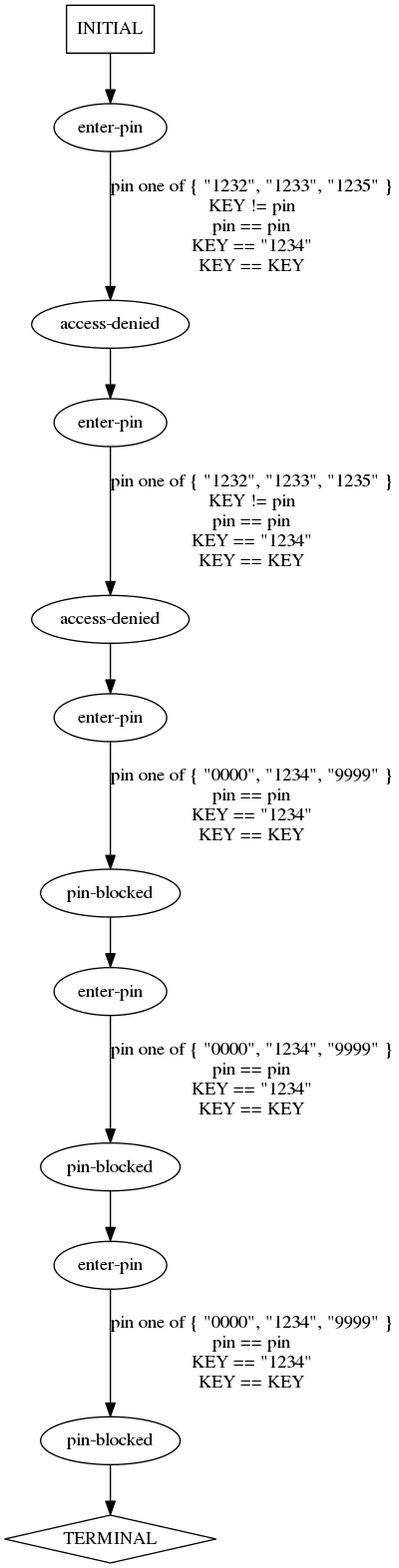
Earlier version of the Graphviz export traces/abstract/verify-pin/predicted-paths/verify-pin-test12.dot.png (ModelInference/synoptic). Its source is kept beside it as traces/abstract/verify-pin/predicted-paths/verify-pin-test12.dot. The source it was exported from:
```dot
digraph {
  0 [label="access-denied"];
  1 [label="access-denied"];
  2 [label="enter-pin"];
  3 [label="enter-pin"];
  4 [label="enter-pin"];
  5 [label="enter-pin"];
  6 [label="enter-pin"];
  7 [label="pin-blocked"];
  8 [label="pin-blocked"];
  9 [label="pin-blocked"];
  10 [label="TERMINAL",shape=diamond];
  11 [label="INITIAL",shape=box];
0->3 [label="",];
1->4 [label="",];
2->0 [label="pin one of { \"1232\", \"1233\", \"1235\" }\nKEY != pin\npin == pin\nKEY == \"1234\"\nKEY == KEY",];
3->1 [label="pin one of { \"1232\", \"1233\", \"1235\" }\nKEY != pin\npin == pin\nKEY == \"1234\"\nKEY == KEY",];
4->7 [label="pin one of { \"0000\", \"1234\", \"9999\" }\npin == pin\nKEY == \"1234\"\nKEY == KEY",];
5->8 [label="pin one of { \"0000\", \"1234\", \"9999\" }\npin == pin\nKEY == \"1234\"\nKEY == KEY",];
6->9 [label="pin one of { \"0000\", \"1234\", \"9999\" }\npin == pin\nKEY == \"1234\"\nKEY == KEY",];
7->5 [label="",];
8->6 [label="",];
9->10 [label="",];
11->2 [label="",];
} // digraph {
```
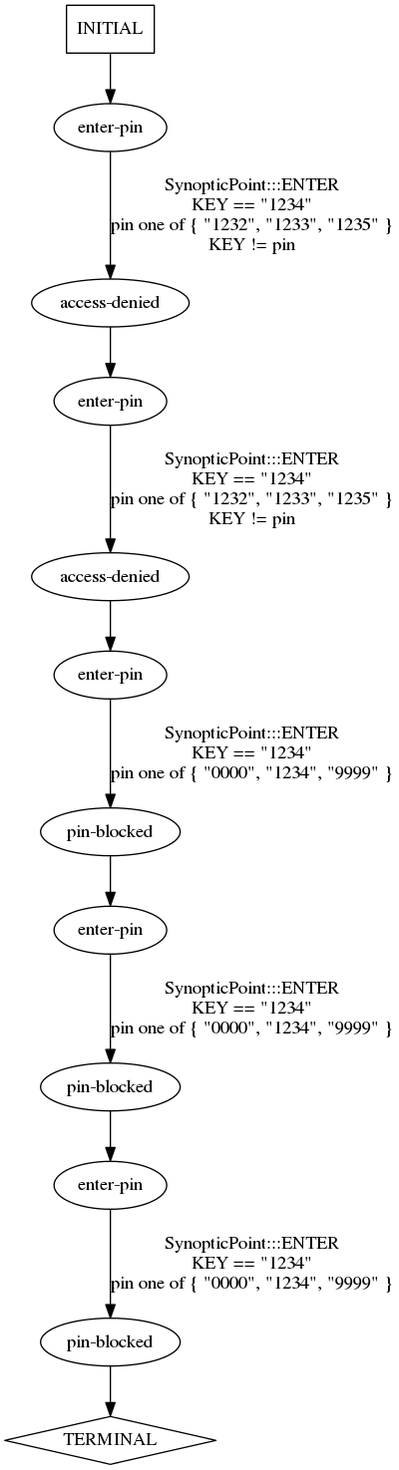
The same file after the commit.

What changed in the source:
```diff
@@ -13,11 +13,11 @@
   11 [label="INITIAL",shape=box];
 0->3 [label="",];
 1->4 [label="",];
-2->0 [label="pin one of { \"1232\", \"1233\", \"1235\" }\nKEY != pin\npin == pin\nKEY == \"1234\"\nKEY == KEY",];
-3->1 [label="pin one of { \"1232\", \"1233\", \"1235\" }\nKEY != pin\npin == pin\nKEY == \"1234\"\nKEY == KEY",];
-4->7 [label="pin one of { \"0000\", \"1234\", \"9999\" }\npin == pin\nKEY == \"1234\"\nKEY == KEY",];
-5->8 [label="pin one of { \"0000\", \"1234\", \"9999\" }\npin == pin\nKEY == \"1234\"\nKEY == KEY",];
-6->9 [label="pin one of { \"0000\", \"1234\", \"9999\" }\npin == pin\nKEY == \"1234\"\nKEY == KEY",];
+2->0 [label="SynopticPoint:::ENTER\nKEY == \"1234\"\npin one of { \"1232\", \"1233\", \"1235\" }\nKEY != pin\n",];
+3->1 [label="SynopticPoint:::ENTER\nKEY == \"1234\"\npin one of { \"1232\", \"1233\", \"1235\" }\nKEY != pin\n",];
+4->7 [label="SynopticPoint:::ENTER\nKEY == \"1234\"\npin one of { \"0000\", \"1234\", \"9999\" }\n",];
+5->8 [label="SynopticPoint:::ENTER\nKEY == \"1234\"\npin one of { \"0000\", \"1234\", \"9999\" }\n",];
+6->9 [label="SynopticPoint:::ENTER\nKEY == \"1234\"\npin one of { \"0000\", \"1234\", \"9999\" }\n",];
 7->5 [label="",];
 8->6 [label="",];
 9->10 [label="",];
```
